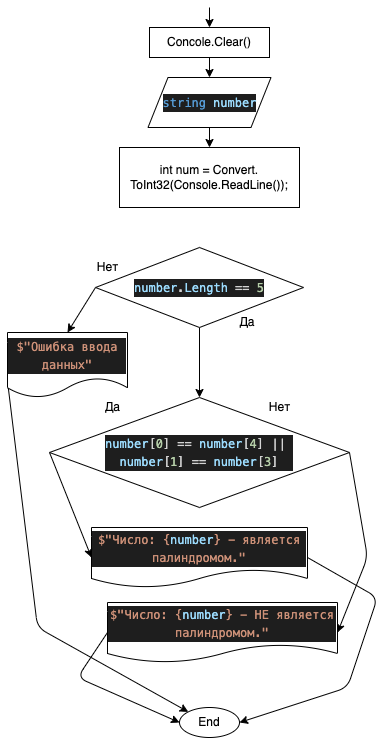
Before: Ex_19/diagram.drawio.png, a diagram exported from draw.io (MarkMedved/HomeWorkSharp). Source tidied: cells renumbered, new cells last; positions are measured from the earlier drawing's top-left corner, leaving out a move shared by most shapes. Its diagram source:
```xml
<mxGraphModel>
  <root>
    <mxCell id="0" />
    <mxCell id="1" parent="0" />
    <mxCell id="2" style="edgeStyle=none;html=1;exitX=0.5;exitY=1;exitDx=0;exitDy=0;entryX=0.5;entryY=0;entryDx=0;entryDy=0;" parent="1" edge="1" target="7">
      <mxGeometry relative="1" as="geometry">
        <mxPoint x="202" as="sourcePoint" />
      </mxGeometry>
    </mxCell>
    <mxCell id="3" value="End" style="ellipse;whiteSpace=wrap;html=1;" parent="1" vertex="1">
      <mxGeometry x="172" y="700" width="60" height="30" as="geometry" />
    </mxCell>
    <mxCell id="4" style="edgeStyle=none;html=1;exitX=0.5;exitY=1;exitDx=0;exitDy=0;entryX=0.5;entryY=0;entryDx=0;entryDy=0;" parent="1" edge="1" source="5" target="8">
      <mxGeometry relative="1" as="geometry" />
    </mxCell>
    <mxCell id="5" value="&lt;div style=&quot;color: rgb(212 , 212 , 212) ; background-color: rgb(30 , 30 , 30) ; font-family: &amp;#34;menlo&amp;#34; , &amp;#34;monaco&amp;#34; , &amp;#34;courier new&amp;#34; , monospace ; line-height: 18px&quot;&gt;&lt;span style=&quot;color: #569cd6&quot;&gt;string&lt;/span&gt; &lt;span style=&quot;color: #9cdcfe&quot;&gt;number&lt;/span&gt;&lt;/div&gt;" style="shape=parallelogram;perimeter=parallelogramPerimeter;whiteSpace=wrap;html=1;fixedSize=1;" parent="1" vertex="1">
      <mxGeometry x="140.5" y="70" width="123" height="50" as="geometry" />
    </mxCell>
    <mxCell id="6" style="edgeStyle=none;html=1;exitX=0.5;exitY=1;exitDx=0;exitDy=0;" parent="1" edge="1" source="7">
      <mxGeometry relative="1" as="geometry">
        <mxPoint x="202" y="70" as="targetPoint" />
      </mxGeometry>
    </mxCell>
    <mxCell id="7" value="Concole.Clear()" style="rounded=0;whiteSpace=wrap;html=1;" parent="1" vertex="1">
      <mxGeometry x="142" y="20" width="120" height="30" as="geometry" />
    </mxCell>
    <mxCell id="8" value="int num = Convert. ToInt32(Console.ReadLine());" style="rounded=0;whiteSpace=wrap;html=1;" parent="1" vertex="1">
      <mxGeometry x="112" y="140" width="180" height="60" as="geometry" />
    </mxCell>
    <mxCell id="9" style="edgeStyle=none;html=1;exitX=1;exitY=0.5;exitDx=0;exitDy=0;entryX=1;entryY=0.5;entryDx=0;entryDy=0;" parent="1" edge="1" source="10" target="3">
      <mxGeometry relative="1" as="geometry">
        <Array as="points">
          <mxPoint x="370" y="590" />
          <mxPoint x="340" y="680" />
        </Array>
      </mxGeometry>
    </mxCell>
    <mxCell id="10" value="&lt;div style=&quot;color: rgb(212 , 212 , 212) ; background-color: rgb(30 , 30 , 30) ; font-family: &amp;#34;menlo&amp;#34; , &amp;#34;monaco&amp;#34; , &amp;#34;courier new&amp;#34; , monospace ; line-height: 18px&quot;&gt;&lt;div style=&quot;font-family: &amp;#34;menlo&amp;#34; , &amp;#34;monaco&amp;#34; , &amp;#34;courier new&amp;#34; , monospace ; line-height: 18px&quot;&gt;&lt;div style=&quot;font-family: &amp;#34;menlo&amp;#34; , &amp;#34;monaco&amp;#34; , &amp;#34;courier new&amp;#34; , monospace ; line-height: 18px&quot;&gt;&lt;span style=&quot;color: #ce9178&quot;&gt;$&quot;&lt;/span&gt;&lt;span style=&quot;color: #ce9178&quot;&gt;Число: &lt;/span&gt;&lt;span style=&quot;color: #ce9178&quot;&gt;{&lt;/span&gt;&lt;span style=&quot;color: #9cdcfe&quot;&gt;number&lt;/span&gt;&lt;span style=&quot;color: #ce9178&quot;&gt;}&lt;/span&gt;&lt;span style=&quot;color: #ce9178&quot;&gt; - является палиндромом.&lt;/span&gt;&lt;span style=&quot;color: #ce9178&quot;&gt;&quot;&lt;/span&gt;&lt;/div&gt;&lt;/div&gt;&lt;/div&gt;" style="shape=document;whiteSpace=wrap;html=1;boundedLbl=1;" parent="1" vertex="1">
      <mxGeometry x="84" y="520" width="216" height="60" as="geometry" />
    </mxCell>
    <mxCell id="11" style="edgeStyle=none;html=1;exitX=0;exitY=0.5;exitDx=0;exitDy=0;entryX=0;entryY=0.5;entryDx=0;entryDy=0;" parent="1" edge="1" source="13" target="10">
      <mxGeometry relative="1" as="geometry" />
    </mxCell>
    <mxCell id="12" style="edgeStyle=none;html=1;exitX=1;exitY=0.5;exitDx=0;exitDy=0;entryX=1;entryY=0.5;entryDx=0;entryDy=0;" parent="1" edge="1" source="13" target="19">
      <mxGeometry relative="1" as="geometry">
        <Array as="points">
          <mxPoint x="360" y="550" />
        </Array>
      </mxGeometry>
    </mxCell>
    <mxCell id="13" value="&lt;div style=&quot;background-color: rgb(30 , 30 , 30) ; font-family: &amp;#34;menlo&amp;#34; , &amp;#34;monaco&amp;#34; , &amp;#34;courier new&amp;#34; , monospace ; line-height: 18px&quot;&gt;&lt;div style=&quot;color: rgb(212 , 212 , 212) ; font-family: &amp;#34;menlo&amp;#34; , &amp;#34;monaco&amp;#34; , &amp;#34;courier new&amp;#34; , monospace ; line-height: 18px&quot;&gt;&lt;span style=&quot;color: #9cdcfe&quot;&gt;number&lt;/span&gt;[&lt;span style=&quot;color: #b5cea8&quot;&gt;0&lt;/span&gt;] == &lt;span style=&quot;color: #9cdcfe&quot;&gt;number&lt;/span&gt;[&lt;span style=&quot;color: #b5cea8&quot;&gt;4&lt;/span&gt;] ||&amp;nbsp;&lt;/div&gt;&lt;div style=&quot;color: rgb(212 , 212 , 212) ; font-family: &amp;#34;menlo&amp;#34; , &amp;#34;monaco&amp;#34; , &amp;#34;courier new&amp;#34; , monospace ; line-height: 18px&quot;&gt;&lt;span style=&quot;color: #9cdcfe&quot;&gt;number&lt;/span&gt;[&lt;span style=&quot;color: #b5cea8&quot;&gt;1&lt;/span&gt;] == &lt;span style=&quot;color: #9cdcfe&quot;&gt;number&lt;/span&gt;[&lt;span style=&quot;color: #b5cea8&quot;&gt;3&lt;/span&gt;]&lt;/div&gt;&lt;/div&gt;" style="rhombus;whiteSpace=wrap;html=1;" parent="1" vertex="1">
      <mxGeometry x="42" y="390" width="300" height="110" as="geometry" />
    </mxCell>
    <mxCell id="14" style="edgeStyle=none;html=1;exitX=0;exitY=0.75;exitDx=0;exitDy=0;entryX=0;entryY=0;entryDx=0;entryDy=0;" parent="1" edge="1" source="15" target="3">
      <mxGeometry relative="1" as="geometry">
        <Array as="points">
          <mxPoint x="30" y="620" />
        </Array>
      </mxGeometry>
    </mxCell>
    <mxCell id="15" value="&lt;div style=&quot;color: rgb(212 , 212 , 212) ; background-color: rgb(30 , 30 , 30) ; font-family: &amp;#34;menlo&amp;#34; , &amp;#34;monaco&amp;#34; , &amp;#34;courier new&amp;#34; , monospace ; line-height: 18px&quot;&gt;&lt;span style=&quot;color: #ce9178&quot;&gt;$&quot;&lt;/span&gt;&lt;span style=&quot;color: #ce9178&quot;&gt;Ошибка&lt;/span&gt;&lt;span style=&quot;color: #ce9178&quot;&gt; &lt;/span&gt;&lt;span style=&quot;color: #ce9178&quot;&gt;ввода&lt;/span&gt;&lt;span style=&quot;color: #ce9178&quot;&gt; данных&lt;/span&gt;&lt;span style=&quot;color: #ce9178&quot;&gt;&quot;&lt;/span&gt;&lt;/div&gt;" style="shape=document;whiteSpace=wrap;html=1;boundedLbl=1;" parent="1" vertex="1">
      <mxGeometry y="325" width="120" height="65" as="geometry" />
    </mxCell>
    <mxCell id="16" value="Нет" style="text;html=1;align=center;verticalAlign=middle;strokeColor=none;fillColor=none;" parent="1" vertex="1">
      <mxGeometry x="252" y="390" width="40" height="20" as="geometry" />
    </mxCell>
    <mxCell id="17" value="Да" style="text;html=1;align=center;verticalAlign=middle;strokeColor=none;fillColor=none;" parent="1" vertex="1">
      <mxGeometry x="90" y="390" width="30" height="20" as="geometry" />
    </mxCell>
    <mxCell id="18" style="edgeStyle=none;html=1;exitX=0;exitY=0.5;exitDx=0;exitDy=0;entryX=0;entryY=0.5;entryDx=0;entryDy=0;" parent="1" edge="1" source="19" target="3">
      <mxGeometry relative="1" as="geometry">
        <Array as="points">
          <mxPoint x="70" y="670" />
        </Array>
      </mxGeometry>
    </mxCell>
    <mxCell id="19" value="&lt;meta charset=&quot;utf-8&quot;&gt;&lt;div style=&quot;color: rgb(212, 212, 212); background-color: rgb(30, 30, 30); font-family: menlo, monaco, &amp;quot;courier new&amp;quot;, monospace; font-weight: normal; font-size: 12px; line-height: 18px;&quot;&gt;&lt;div&gt;&lt;span style=&quot;color: #ce9178&quot;&gt;$&quot;&lt;/span&gt;&lt;span style=&quot;color: #ce9178&quot;&gt;Число: &lt;/span&gt;&lt;span style=&quot;color: #ce9178&quot;&gt;{&lt;/span&gt;&lt;span style=&quot;color: #9cdcfe&quot;&gt;number&lt;/span&gt;&lt;span style=&quot;color: #ce9178&quot;&gt;}&lt;/span&gt;&lt;span style=&quot;color: #ce9178&quot;&gt; - НЕ является палиндромом.&lt;/span&gt;&lt;span style=&quot;color: #ce9178&quot;&gt;&quot;&lt;/span&gt;&lt;/div&gt;&lt;/div&gt;" style="shape=document;whiteSpace=wrap;html=1;boundedLbl=1;" parent="1" vertex="1">
      <mxGeometry x="100" y="595" width="230" height="60" as="geometry" />
    </mxCell>
    <mxCell id="20" style="edgeStyle=none;html=1;exitX=0.5;exitY=1;exitDx=0;exitDy=0;entryX=0.5;entryY=0;entryDx=0;entryDy=0;" parent="1" edge="1" source="22" target="13">
      <mxGeometry relative="1" as="geometry" />
    </mxCell>
    <mxCell id="21" style="edgeStyle=none;html=1;exitX=0;exitY=0.5;exitDx=0;exitDy=0;entryX=0.5;entryY=0;entryDx=0;entryDy=0;" parent="1" edge="1" source="22" target="15">
      <mxGeometry relative="1" as="geometry" />
    </mxCell>
    <mxCell id="22" value="&lt;div style=&quot;color: rgb(212 , 212 , 212) ; background-color: rgb(30 , 30 , 30) ; font-family: &amp;#34;menlo&amp;#34; , &amp;#34;monaco&amp;#34; , &amp;#34;courier new&amp;#34; , monospace ; line-height: 18px&quot;&gt;&lt;span style=&quot;color: #9cdcfe&quot;&gt;number&lt;/span&gt;.&lt;span style=&quot;color: #9cdcfe&quot;&gt;Length&lt;/span&gt; == &lt;span style=&quot;color: #b5cea8&quot;&gt;5&lt;/span&gt;&lt;/div&gt;" style="rhombus;whiteSpace=wrap;html=1;" parent="1" vertex="1">
      <mxGeometry x="88" y="240" width="208" height="80" as="geometry" />
    </mxCell>
    <mxCell id="23" value="Да" style="text;html=1;strokeColor=none;fillColor=none;align=center;verticalAlign=middle;whiteSpace=wrap;rounded=0;" parent="1" vertex="1">
      <mxGeometry x="210" y="300" width="60" height="30" as="geometry" />
    </mxCell>
    <mxCell id="24" value="Нет" style="text;html=1;align=center;verticalAlign=middle;strokeColor=none;fillColor=none;" parent="1" vertex="1">
      <mxGeometry x="80" y="250" width="40" height="20" as="geometry" />
    </mxCell>
  </root>
</mxGraphModel>
```
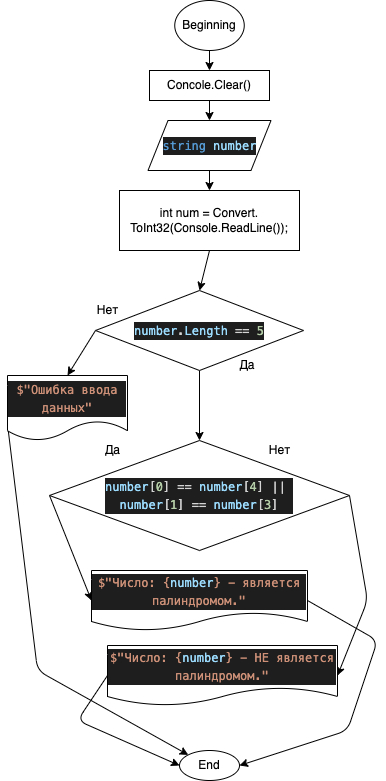
The same file after the commit.

The edit, as a diff of the source:
```diff
@@ -24,6 +24,9 @@
     <mxCell id="7" value="Concole.Clear()" style="rounded=0;whiteSpace=wrap;html=1;" parent="1" vertex="1">
       <mxGeometry x="142" y="20" width="120" height="30" as="geometry" />
     </mxCell>
+    <mxCell id="25" style="edgeStyle=none;html=1;exitX=0.5;exitY=1;exitDx=0;exitDy=0;entryX=0.5;entryY=0;entryDx=0;entryDy=0;" parent="1" edge="1" source="8" target="22">
+      <mxGeometry relative="1" as="geometry" />
+    </mxCell>
     <mxCell id="8" value="int num = Convert. ToInt32(Console.ReadLine());" style="rounded=0;whiteSpace=wrap;html=1;" parent="1" vertex="1">
       <mxGeometry x="112" y="140" width="180" height="60" as="geometry" />
     </mxCell>
@@ -92,5 +95,8 @@
     <mxCell id="24" value="Нет" style="text;html=1;align=center;verticalAlign=middle;strokeColor=none;fillColor=none;" parent="1" vertex="1">
       <mxGeometry x="80" y="250" width="40" height="20" as="geometry" />
     </mxCell>
+    <mxCell id="26" value="Beginning" style="ellipse;whiteSpace=wrap;html=1;" parent="1" vertex="1">
+      <mxGeometry x="167.2" y="-50" width="69.5" height="50" as="geometry" />
+    </mxCell>
   </root>
 </mxGraphModel>
```
